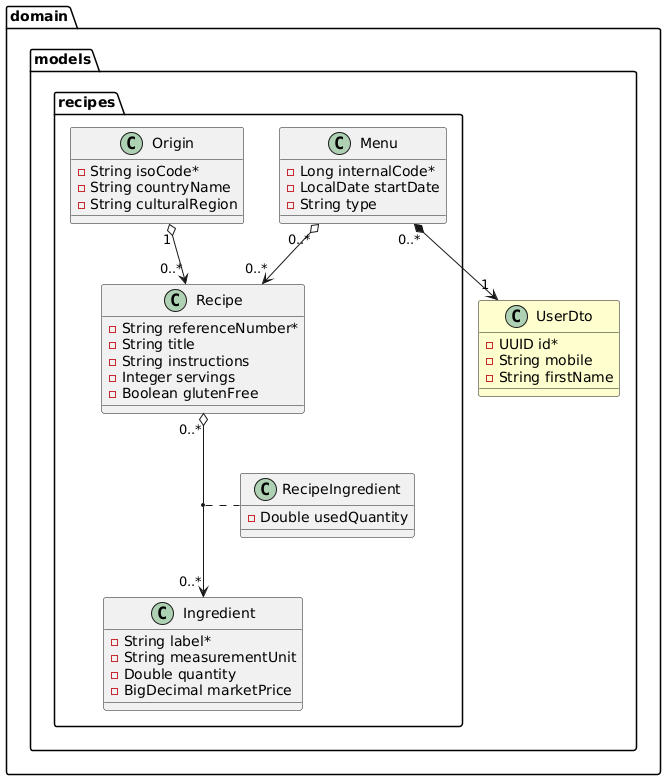
This is docs/recipes.png from miw-upm/apaw-practice, a PlantUML export, as it was before one commit.
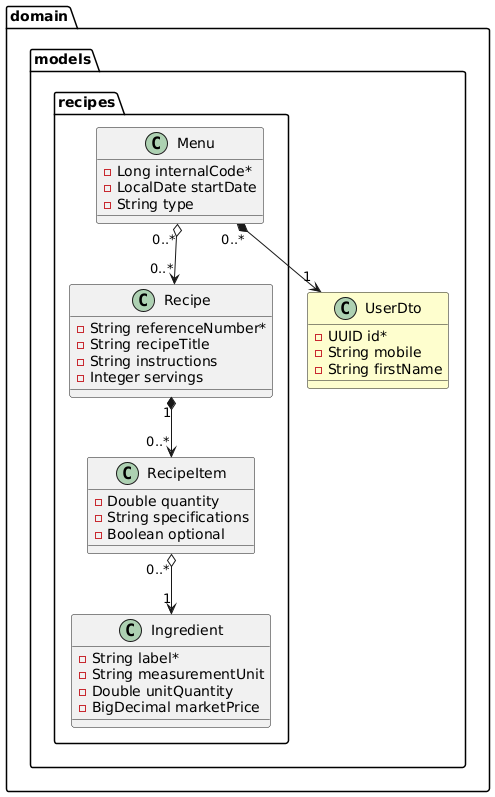
After the commit.

Commit message:
fixed recipes model and classes #1152

The edit, as a diff of the source:
```diff
@@ -17,33 +17,27 @@
 
     class Recipe {
         - String referenceNumber*
-        - String title
+        - String recipeTitle
         - String instructions
         - Integer servings
-        - Boolean glutenFree
     }
 
     class Ingredient {
         - String label*
         - String measurementUnit
-        - Double quantity
+        - Double unitQuantity
         - BigDecimal marketPrice
     }
 
-    class Origin {
-        - String isoCode*
-        - String countryName
-        - String culturalRegion
-    }
-
-    class RecipeIngredient {
-        - Double usedQuantity
+    class RecipeItem {
+        - Double quantity
+        - String specifications
+        - Boolean optional
     }
 }
 
 Menu "0..*" *--> "1" UserDto
 Menu "0..*" o--> "0..*" Recipe
-Recipe "0..*" o--> "0..*" Ingredient
-(Recipe, Ingredient) .. RecipeIngredient
-Origin "1" o--> "0..*" Recipe
+Recipe "1" *--> "0..*" RecipeItem
+RecipeItem "0..*" o--> "1" Ingredient
 @enduml
```
